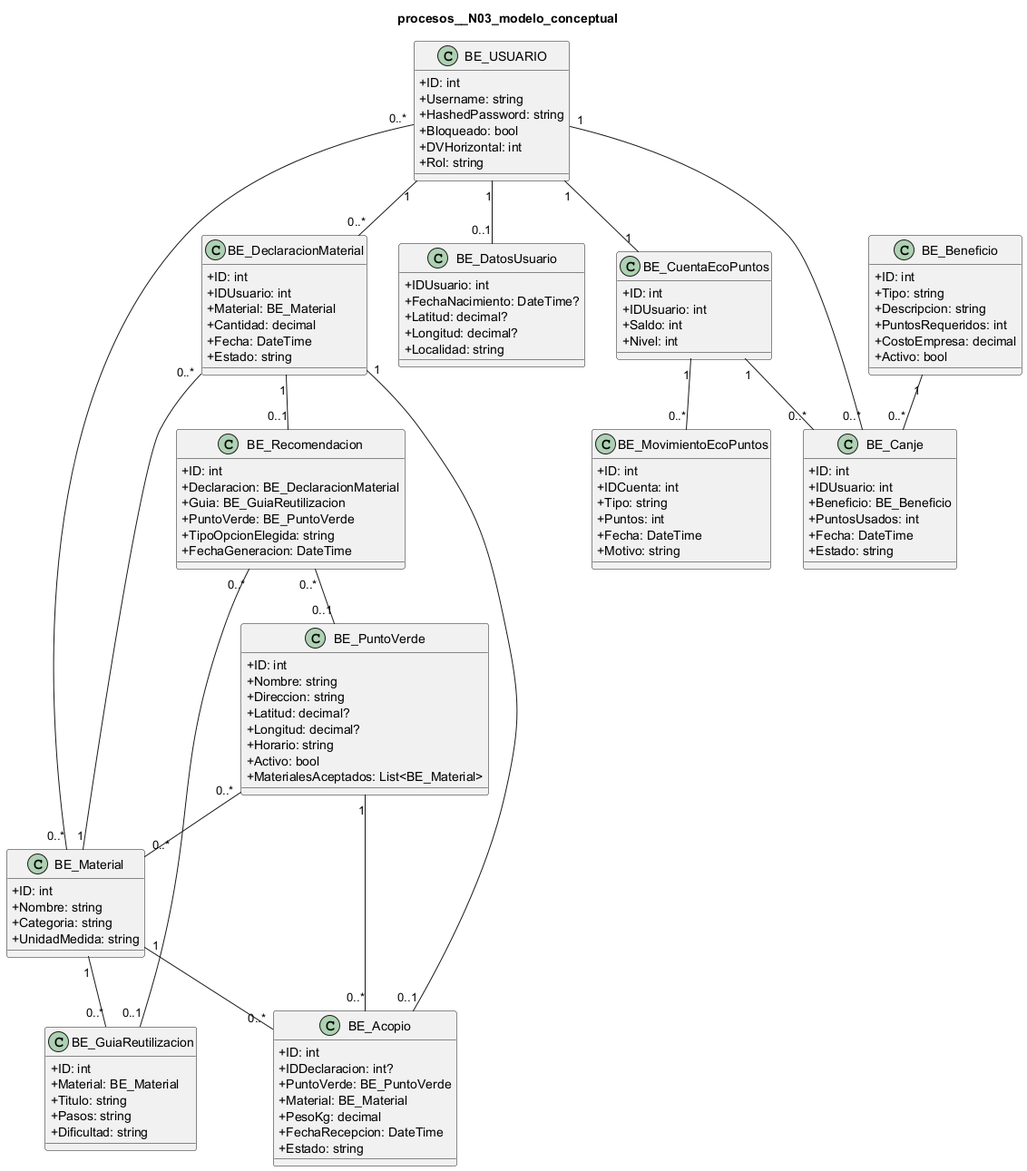
The PlantUML diagram docs/diagramas/uml_png/procesos__N03_modelo_conceptual.png in L-Muniz/uai-diploma_2026, before a commit.
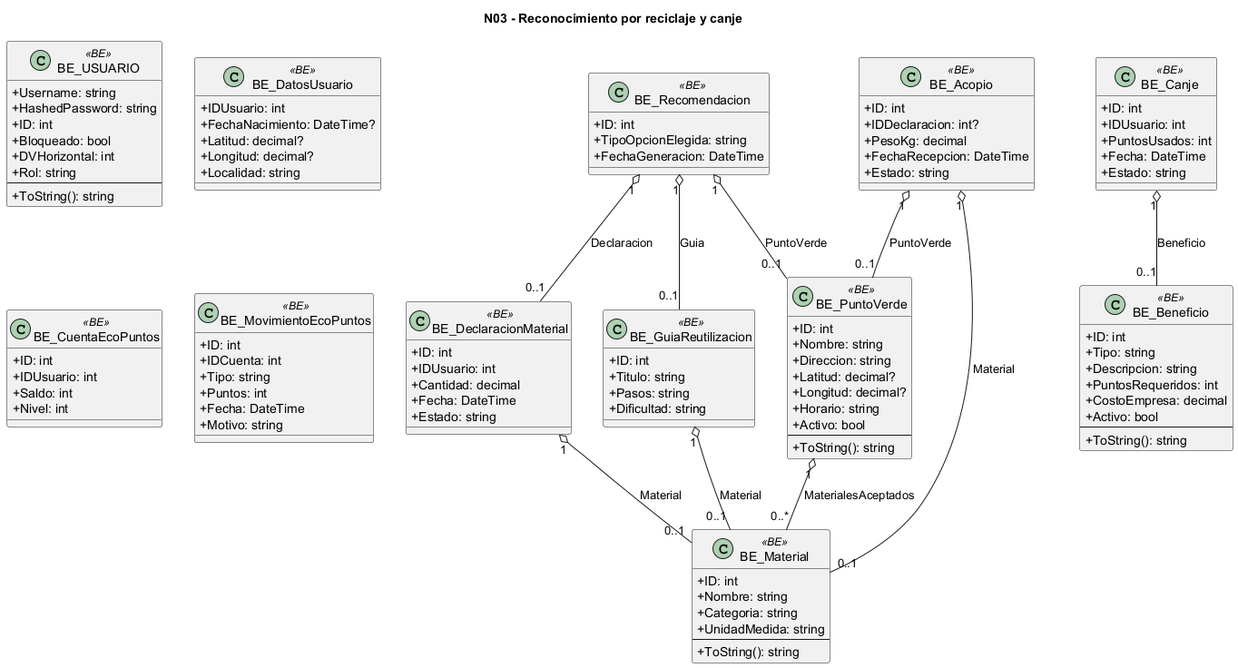
Above is the later version.

What changed in the source:
```diff
@@ -1,51 +1,50 @@
 @startuml
 skinparam classAttributeIconSize 0
-title procesos__N03_modelo_conceptual
-class "BE_USUARIO" as USUARIO {
-  +ID: int
+title N03 - Reconocimiento por reciclaje y canje
+class "BE_USUARIO" as BE_USUARIO <<BE>> {
   +Username: string
   +HashedPassword: string
+  +ID: int
   +Bloqueado: bool
   +DVHorizontal: int
   +Rol: string
+  --
+  +ToString(): string
 }
-class "BE_DatosUsuario" as DATOS_USUARIO {
+class "BE_DatosUsuario" as BE_DatosUsuario <<BE>> {
   +IDUsuario: int
   +FechaNacimiento: DateTime?
   +Latitud: decimal?
   +Longitud: decimal?
   +Localidad: string
 }
-class "BE_DeclaracionMaterial" as DECLARACION {
+class "BE_DeclaracionMaterial" as BE_DeclaracionMaterial <<BE>> {
   +ID: int
   +IDUsuario: int
-  +Material: BE_Material
   +Cantidad: decimal
   +Fecha: DateTime
   +Estado: string
 }
-class "BE_Material" as MATERIAL {
+class "BE_Material" as BE_Material <<BE>> {
   +ID: int
   +Nombre: string
   +Categoria: string
   +UnidadMedida: string
+  --
+  +ToString(): string
 }
-class "BE_Recomendacion" as RECOMENDACION {
+class "BE_Recomendacion" as BE_Recomendacion <<BE>> {
   +ID: int
-  +Declaracion: BE_DeclaracionMaterial
-  +Guia: BE_GuiaReutilizacion
-  +PuntoVerde: BE_PuntoVerde
   +TipoOpcionElegida: string
   +FechaGeneracion: DateTime
 }
-class "BE_GuiaReutilizacion" as GUIA {
+class "BE_GuiaReutilizacion" as BE_GuiaReutilizacion <<BE>> {
   +ID: int
-  +Material: BE_Material
   +Titulo: string
   +Pasos: string
   +Dificultad: string
 }
-class "BE_PuntoVerde" as PUNTO_VERDE {
+class "BE_PuntoVerde" as BE_PuntoVerde <<BE>> {
   +ID: int
   +Nombre: string
   +Direccion: string
@@ -53,15 +52,16 @@
   +Longitud: decimal?
   +Horario: string
   +Activo: bool
-  +MaterialesAceptados: List<BE_Material>
+  --
+  +ToString(): string
 }
-class "BE_CuentaEcoPuntos" as CUENTA {
+class "BE_CuentaEcoPuntos" as BE_CuentaEcoPuntos <<BE>> {
   +ID: int
   +IDUsuario: int
   +Saldo: int
   +Nivel: int
 }
-class "BE_MovimientoEcoPuntos" as MOVIMIENTO {
+class "BE_MovimientoEcoPuntos" as BE_MovimientoEcoPuntos <<BE>> {
   +ID: int
   +IDCuenta: int
   +Tipo: string
@@ -69,46 +69,37 @@
   +Fecha: DateTime
   +Motivo: string
 }
-class "BE_Acopio" as ACOPIO {
+class "BE_Acopio" as BE_Acopio <<BE>> {
   +ID: int
   +IDDeclaracion: int?
-  +PuntoVerde: BE_PuntoVerde
-  +Material: BE_Material
   +PesoKg: decimal
   +FechaRecepcion: DateTime
   +Estado: string
 }
-class "BE_Canje" as CANJE {
+class "BE_Canje" as BE_Canje <<BE>> {
   +ID: int
   +IDUsuario: int
-  +Beneficio: BE_Beneficio
   +PuntosUsados: int
   +Fecha: DateTime
   +Estado: string
 }
-class "BE_Beneficio" as BENEFICIO {
+class "BE_Beneficio" as BE_Beneficio <<BE>> {
   +ID: int
   +Tipo: string
   +Descripcion: string
   +PuntosRequeridos: int
   +CostoEmpresa: decimal
   +Activo: bool
+  --
+  +ToString(): string
 }
-USUARIO "1" -- "0..*" DECLARACION
-DECLARACION "0..*" -- "1" MATERIAL
-DECLARACION "1" -- "0..1" RECOMENDACION
-RECOMENDACION "0..*" -- "0..1" GUIA
-RECOMENDACION "0..*" -- "0..1" PUNTO_VERDE
-DECLARACION "1" -- "0..1" ACOPIO
-PUNTO_VERDE "1" -- "0..*" ACOPIO
-MATERIAL "1" -- "0..*" ACOPIO
-PUNTO_VERDE "0..*" -- "0..*" MATERIAL
-USUARIO "1" -- "1" CUENTA
-CUENTA "1" -- "0..*" MOVIMIENTO
-USUARIO "1" -- "0..*" CANJE
-BENEFICIO "1" -- "0..*" CANJE
-CUENTA "1" -- "0..*" CANJE
-MATERIAL "1" -- "0..*" GUIA
-USUARIO "1" -- "0..1" DATOS_USUARIO
-USUARIO "0..*" -- "0..*" MATERIAL
+BE_DeclaracionMaterial "1" o-- "0..1" BE_Material : Material
+BE_Recomendacion "1" o-- "0..1" BE_DeclaracionMaterial : Declaracion
+BE_Recomendacion "1" o-- "0..1" BE_GuiaReutilizacion : Guia
+BE_Recomendacion "1" o-- "0..1" BE_PuntoVerde : PuntoVerde
+BE_GuiaReutilizacion "1" o-- "0..1" BE_Material : Material
+BE_PuntoVerde "1" o-- "0..*" BE_Material : MaterialesAceptados
+BE_Acopio "1" o-- "0..1" BE_PuntoVerde : PuntoVerde
+BE_Acopio "1" o-- "0..1" BE_Material : Material
+BE_Canje "1" o-- "0..1" BE_Beneficio : Beneficio
 @enduml
```
